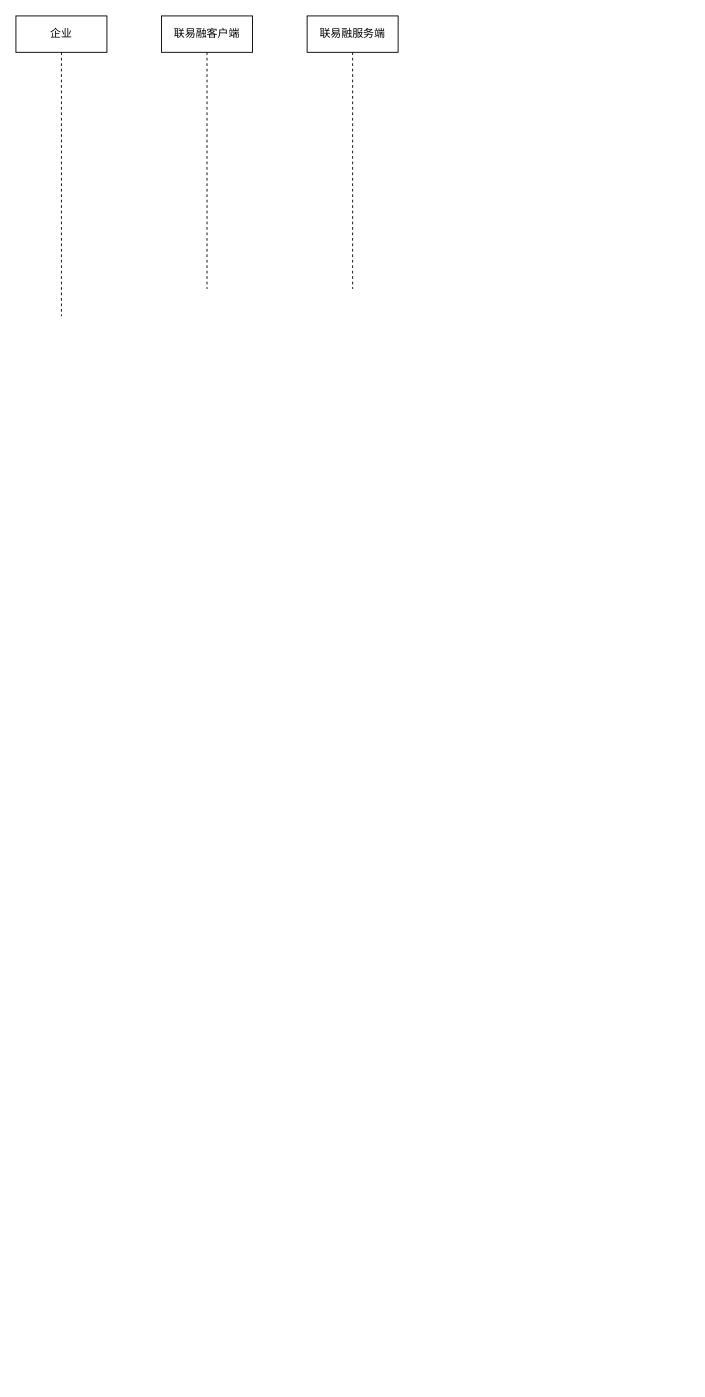
0573xieguojia/To-program keeps this draw.io diagram as LLSI/银联结汇提现流程.drawio. Above is the earlier version. Source tidied: cells renumbered, new cells numbered last; positions are measured from the earlier drawing's top-left corner, leaving out a move shared by most shapes. Both pictures are drawn from the tidied source at 91%, with x=0, y=0 at pixel (15, 15).
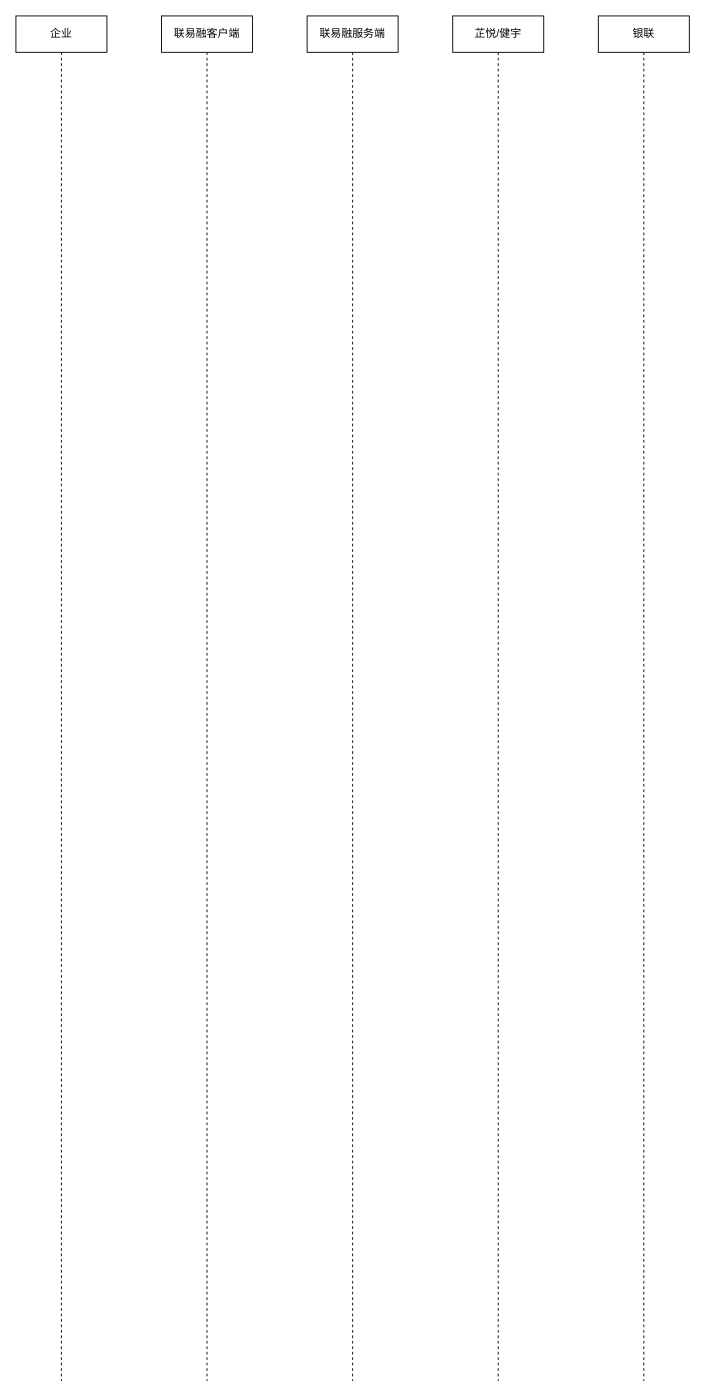
The same page after the edit.

Commit message (it also covers changes not shown here):
更新银联结汇提现流程.drawio

Diff of the diagram source:
```diff
@@
 <mxGraphModel>
   <root>
     <mxCell id="0" />
     <mxCell id="1" parent="0" />
     <mxCell id="2" value="企业" style="shape=umlLifeline;perimeter=lifelinePerimeter;whiteSpace=wrap;html=1;newEdgeStyle={&quot;edgeStyle&quot;:&quot;elbowEdgeStyle&quot;,&quot;elbow&quot;:&quot;vertical&quot;,&quot;curved&quot;:0,&quot;rounded&quot;:0};" parent="1" vertex="1">
-      <mxGeometry width="100" height="330" as="geometry" />
+      <mxGeometry width="100" height="1500" as="geometry" />
     </mxCell>
     <mxCell id="3" value="联易融客户端" style="shape=umlLifeline;perimeter=lifelinePerimeter;whiteSpace=wrap;html=1;newEdgeStyle={&quot;edgeStyle&quot;:&quot;elbowEdgeStyle&quot;,&quot;elbow&quot;:&quot;vertical&quot;,&quot;curved&quot;:0,&quot;rounded&quot;:0};" parent="1" vertex="1">
-      <mxGeometry x="160" width="100" height="300" as="geometry" />
+      <mxGeometry x="160" width="100" height="1500" as="geometry" />
     </mxCell>
     <mxCell id="4" value="联易融服务端" style="shape=umlLifeline;perimeter=lifelinePerimeter;whiteSpace=wrap;html=1;newEdgeStyle={&quot;edgeStyle&quot;:&quot;elbowEdgeStyle&quot;,&quot;elbow&quot;:&quot;vertical&quot;,&quot;curved&quot;:0,&quot;rounded&quot;:0};" parent="1" vertex="1">
-      <mxGeometry x="320" width="100" height="300" as="geometry" />
+      <mxGeometry x="320" width="100" height="1500" as="geometry" />
     </mxCell>
+    <mxCell id="5" value="芷悦/健宇" style="shape=umlLifeline;perimeter=lifelinePerimeter;whiteSpace=wrap;html=1;newEdgeStyle={&quot;edgeStyle&quot;:&quot;elbowEdgeStyle&quot;,&quot;elbow&quot;:&quot;vertical&quot;,&quot;curved&quot;:0,&quot;rounded&quot;:0};" parent="1" vertex="1">
+      <mxGeometry x="480" width="100" height="1500" as="geometry" />
+    </mxCell>
+    <mxCell id="6" value="银联" style="shape=umlLifeline;perimeter=lifelinePerimeter;whiteSpace=wrap;html=1;newEdgeStyle={&quot;edgeStyle&quot;:&quot;elbowEdgeStyle&quot;,&quot;elbow&quot;:&quot;vertical&quot;,&quot;curved&quot;:0,&quot;rounded&quot;:0};" parent="1" vertex="1">
+      <mxGeometry x="640" width="100" height="1500" as="geometry" />
+    </mxCell>
   </root>
 </mxGraphModel>
```
